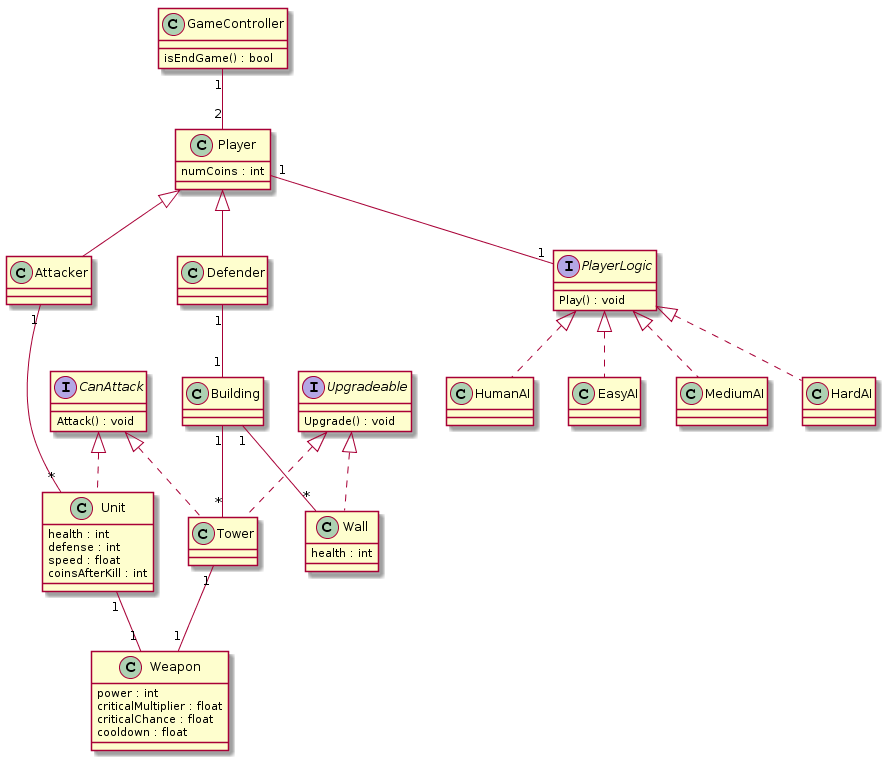
Before: uml_diagrams/classDiagram.png, a diagram exported from PlantUML (NestorTejero/ES2016B).
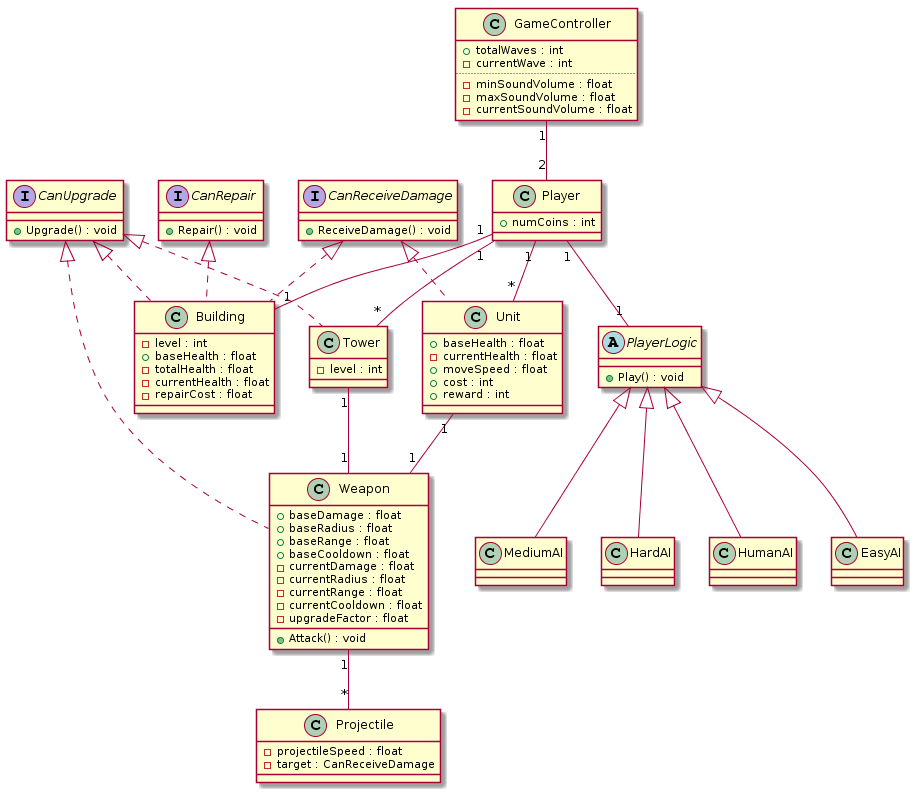
Later version of the same file.

Commit message:
Created new class diagram

Diff of the diagram source:
```diff
@@ -1,78 +1,90 @@
 @startuml
+interface CanUpgrade {
+    +Upgrade() : void
+}
+interface CanReceiveDamage {
+    +ReceiveDamage() : void
+}
+interface CanRepair {
+    +Repair() : void
+}
+
+abstract class PlayerLogic {
+    +Play() : void
+}
+
 class GameController {
-    isEndGame() : bool
+    +totalWaves : int
+    -currentWave : int
+    ....
+    -minSoundVolume : float
+    -maxSoundVolume : float
+    -currentSoundVolume : float
 }
 
 class Player {
-    numCoins : int
-}
-
-class Defender extends Player {
-}
-
-
-class Attacker extends Player {
+    +numCoins : int
 }
 
 GameController "1" -- "2" Player
 
-
-interface CanAttack {
-    Attack() : void
+class HumanAI extends PlayerLogic {
 }
-
-interface PlayerLogic {
-    Play() : void
+class EasyAI extends PlayerLogic {
 }
-
-class HumanAI implements PlayerLogic {
+class MediumAI extends PlayerLogic {
 }
-class EasyAI implements PlayerLogic {
-}
-class MediumAI implements PlayerLogic {
-}
-class HardAI implements PlayerLogic {
+class HardAI extends PlayerLogic {
 }
 
 Player "1" -- "1" PlayerLogic
 
-interface Upgradeable {
-    Upgrade() : void
+class Unit implements CanReceiveDamage{
+    +baseHealth : float
+    -currentHealth : float
+    +moveSpeed : float
+    +cost : int
+    +reward : int
 }
 
-class Unit implements CanAttack{
-    health : int
-    defense : int
-    speed : float
-    coinsAfterKill : int
+Player "1" -- "*" Unit
 
+class Weapon implements CanUpgrade{
+    +baseDamage : float
+    +baseRadius : float
+    +baseRange : float
+    +baseCooldown : float
+    -currentDamage : float
+    -currentRadius : float
+    -currentRange : float
+    -currentCooldown : float
+    -upgradeFactor : float
+    +Attack() : void
 }
 
-Attacker "1" -- "*" Unit
+class Projectile {
+    -projectileSpeed : float
+    -target : CanReceiveDamage
+}
 
-class Weapon {
-    power : int
-    criticalMultiplier : float
-    criticalChance : float
-    cooldown : float
-}
+Weapon "1" -- "*" Projectile
 
 Unit "1" -- "1" Weapon
 Tower "1" -- "1" Weapon
 
-class Building {
+class Building implements CanUpgrade, CanReceiveDamage, CanRepair {
+    -level : int
+    +baseHealth : float
+    -totalHealth : float
+    -currentHealth : float
+    -repairCost : float
 }
 
-Defender "1" -- "1" Building
+Player "1" -- "1" Building
 
-class Tower implements Upgradeable, CanAttack{
+class Tower implements CanUpgrade {
+    -level : int
 }
 
-Building "1" -- "*" Tower
-
-class Wall implements Upgradeable{
-    health : int
-}
-
-Building "1" -- "*" Wall
+Player "1" -- "*" Tower
 @enduml
```
